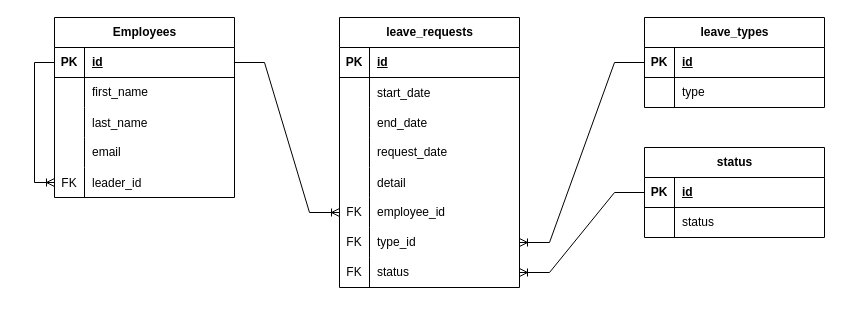
Earlier version of the draw.io diagram ERD.drawio (vincentkurnia/employee-leave-request). Source tidied: cells renumbered, new cells numbered last; positions are measured from the earlier drawing's top-left corner, leaving out a move shared by most shapes. Both pictures are drawn from the tidied source at 100%, with x=0, y=0 at pixel (34, 17).
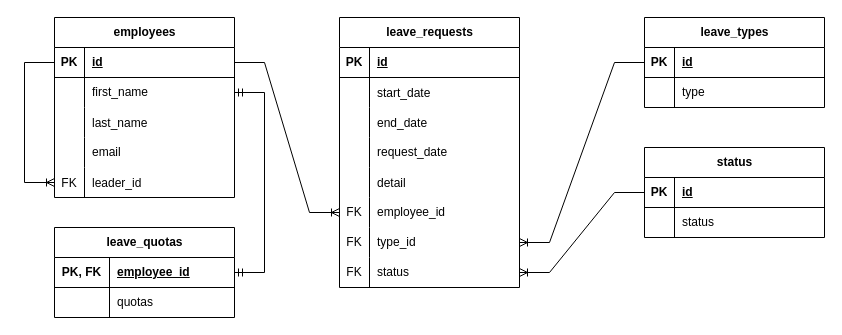
Above is the later version.

The change refers to these unchanged cells:
```xml
<mxCell id="3" style="shape=tableRow;horizontal=0;startSize=0;swimlaneHead=0;swimlaneBody=0;fillColor=none;points=[[0,0.5],[1,0.5]];portConstraint=eastwest;top=0;left=0;right=0;bottom=1;" parent="2" vertex="1">
  <mxGeometry y="30" width="180" height="30" as="geometry" />
</mxCell>
<mxCell id="6" style="shape=tableRow;horizontal=0;startSize=0;swimlaneHead=0;swimlaneBody=0;fillColor=none;points=[[0,0.5],[1,0.5]];portConstraint=eastwest;top=0;left=0;right=0;bottom=0;" parent="2" vertex="1">
  <mxGeometry y="60" width="180" height="30" as="geometry" />
</mxCell>
<mxCell id="15" style="shape=tableRow;horizontal=0;startSize=0;swimlaneHead=0;swimlaneBody=0;fillColor=none;points=[[0,0.5],[1,0.5]];portConstraint=eastwest;top=0;left=0;right=0;bottom=0;" parent="2" vertex="1">
  <mxGeometry y="150" width="180" height="30" as="geometry" />
</mxCell>
```

The edit, as a diff of the source:
```diff
@@
-    <mxCell id="2" value="Employees" style="shape=table;startSize=30;childLayout=tableLayout;rowLines=0;fontStyle=1;align=center;html=1;" parent="1" vertex="1">
+    <mxCell id="2" value="employees" style="shape=table;startSize=30;childLayout=tableLayout;rowLines=0;fontStyle=1;align=center;html=1;" parent="1" vertex="1">
       <mxGeometry x="20" width="180" height="180" as="geometry" />
     </mxCell>
@@
     <mxCell id="18" style="edgeStyle=orthogonalEdgeStyle;fontSize=12;html=1;endArrow=ERoneToMany;rounded=0;exitX=0;exitY=0.5;exitDx=0;exitDy=0;entryX=0;entryY=0.5;entryDx=0;entryDy=0;" parent="2" edge="1" source="3" target="15">
       <mxGeometry relative="1" as="geometry">
         <Array as="points">
-          <mxPoint x="-20" y="45" />
-          <mxPoint x="-20" y="165" />
+          <mxPoint x="-30" y="45" />
+          <mxPoint x="-30" y="165" />
         </Array>
       </mxGeometry>
     </mxCell>
@@
+    <mxCell id="61" value="leave_quotas" style="shape=table;startSize=30;childLayout=tableLayout;rowLines=0;fontStyle=1;align=center;html=1;" parent="1" vertex="1">
+      <mxGeometry x="20" y="210" width="180" height="90" as="geometry" />
+    </mxCell>
+    <mxCell id="62" style="shape=tableRow;horizontal=0;startSize=0;swimlaneHead=0;swimlaneBody=0;fillColor=none;points=[[0,0.5],[1,0.5]];portConstraint=eastwest;top=0;left=0;right=0;bottom=1;" parent="61" vertex="1">
+      <mxGeometry y="30" width="180" height="30" as="geometry" />
+    </mxCell>
+    <mxCell id="63" value="PK, FK" style="shape=partialRectangle;fillColor=none;top=0;left=0;bottom=0;right=0;fontStyle=1;overflow=hidden;whiteSpace=wrap;html=1;" parent="62" vertex="1">
+      <mxGeometry width="55" height="30" as="geometry" />
+    </mxCell>
+    <mxCell id="64" value="employee_id" style="shape=partialRectangle;fillColor=none;top=0;left=0;bottom=0;right=0;align=left;spacingLeft=6;fontStyle=5;overflow=hidden;whiteSpace=wrap;html=1;" parent="62" vertex="1">
+      <mxGeometry x="55" width="125" height="30" as="geometry" />
+    </mxCell>
+    <mxCell id="65" style="shape=tableRow;horizontal=0;startSize=0;swimlaneHead=0;swimlaneBody=0;fillColor=none;top=0;left=0;right=0;bottom=0;" parent="61" vertex="1">
+      <mxGeometry y="60" width="180" height="30" as="geometry" />
+    </mxCell>
+    <mxCell id="66" style="shape=partialRectangle;fillColor=none;top=0;left=0;bottom=0;right=0;overflow=hidden;whiteSpace=wrap;html=1;" parent="65" vertex="1">
+      <mxGeometry width="55" height="30" as="geometry" />
+    </mxCell>
+    <mxCell id="67" value="quotas" style="shape=partialRectangle;fillColor=none;top=0;left=0;bottom=0;right=0;align=left;spacingLeft=6;overflow=hidden;whiteSpace=wrap;html=1;" parent="65" vertex="1">
+      <mxGeometry x="55" width="125" height="30" as="geometry" />
+    </mxCell>
+    <mxCell id="68" style="edgeStyle=entityRelationEdgeStyle;fontSize=12;html=1;endArrow=ERmandOne;startArrow=ERmandOne;rounded=0;entryX=1;entryY=0.5;entryDx=0;entryDy=0;exitX=1;exitY=0.5;exitDx=0;exitDy=0;" parent="1" edge="1" source="62" target="6">
+      <mxGeometry relative="1" as="geometry" />
+    </mxCell>
```
